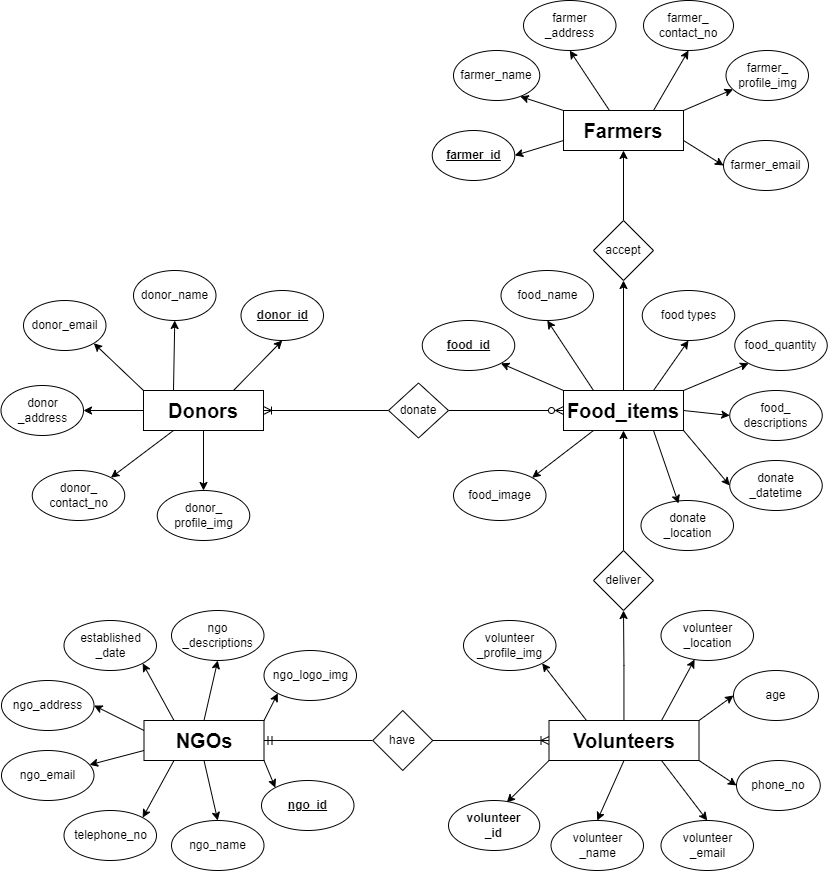
devsitaram/Final_Year_Project keeps this draw.io diagram as Documents/Interim Report/Extra Files/Design/Initial ERD.drawio.png. Above is the earlier version. Source tidied: cells renumbered, new cells last; positions are measured from the earlier drawing's top-left corner, leaving out a move shared by most shapes.
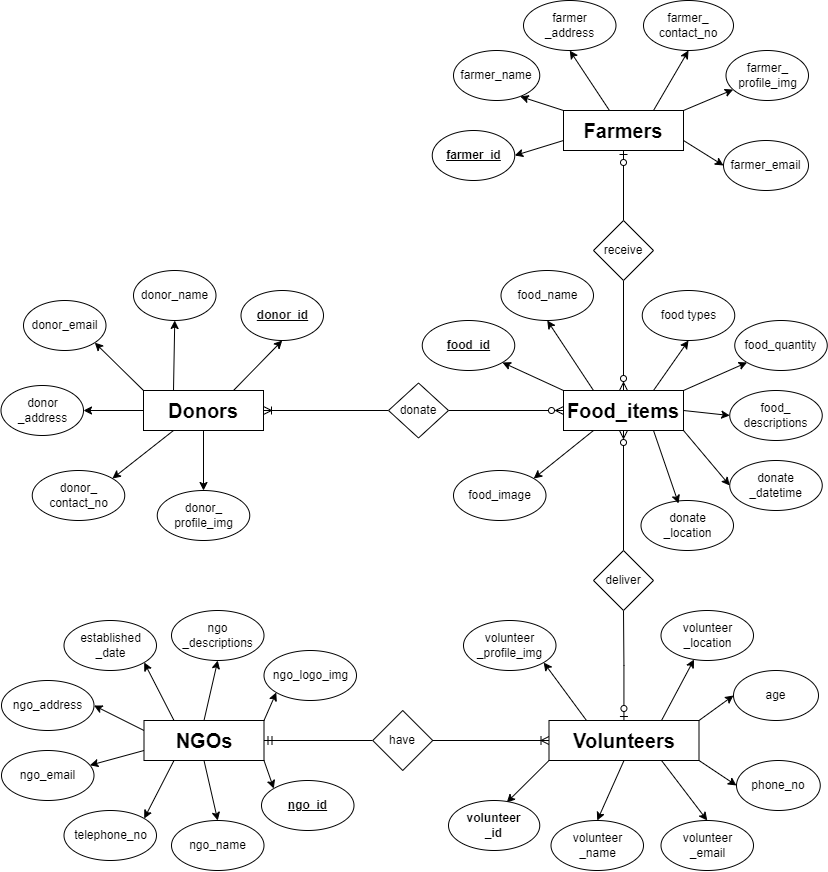
After the change.

Commit message:
completed the final ERD

Diff of the diagram source:
```diff
@@ -38,7 +38,7 @@
     <mxCell id="13" value="have" style="rhombus;whiteSpace=wrap;html=1;rounded=0;" parent="1" vertex="1">
       <mxGeometry x="371.2" y="710" width="60" height="60" as="geometry" />
     </mxCell>
-    <mxCell id="14" style="edgeStyle=orthogonalEdgeStyle;rounded=0;jettySize=auto;html=1;entryX=0.5;entryY=1;entryDx=0;entryDy=0;" parent="1" edge="1" source="22" target="24">
+    <mxCell id="14" style="edgeStyle=orthogonalEdgeStyle;rounded=0;jettySize=auto;html=1;entryX=0.5;entryY=1;entryDx=0;entryDy=0;endArrow=none;endFill=0;startArrow=ERzeroToOne;startFill=0;" parent="1" edge="1" source="22" target="24">
       <mxGeometry relative="1" as="geometry" />
     </mxCell>
     <mxCell id="15" style="rounded=0;jettySize=auto;html=1;exitX=0.5;exitY=1;exitDx=0;exitDy=0;entryX=0.5;entryY=0;entryDx=0;entryDy=0;" parent="1" edge="1" source="22" target="71">
@@ -65,13 +65,13 @@
     <mxCell id="22" value="&lt;b&gt;&lt;font style=&quot;font-size: 20px;&quot;&gt;Volunteers&lt;/font&gt;&lt;/b&gt;" style="whiteSpace=wrap;html=1;rounded=0;" parent="1" vertex="1">
       <mxGeometry x="547.5" y="720" width="150" height="40" as="geometry" />
     </mxCell>
-    <mxCell id="23" style="edgeStyle=orthogonalEdgeStyle;rounded=0;jettySize=auto;html=1;" parent="1" edge="1" source="24" target="34">
+    <mxCell id="23" style="edgeStyle=orthogonalEdgeStyle;rounded=0;jettySize=auto;html=1;endArrow=ERzeroToMany;endFill=0;" parent="1" edge="1" source="24" target="34">
       <mxGeometry relative="1" as="geometry" />
     </mxCell>
     <mxCell id="24" value="deliver" style="rhombus;whiteSpace=wrap;html=1;rounded=0;" parent="1" vertex="1">
       <mxGeometry x="592" y="550" width="60" height="60" as="geometry" />
     </mxCell>
-    <mxCell id="25" style="edgeStyle=orthogonalEdgeStyle;rounded=0;jettySize=auto;html=1;" parent="1" edge="1" source="34" target="36">
+    <mxCell id="25" style="edgeStyle=orthogonalEdgeStyle;rounded=0;jettySize=auto;html=1;endArrow=none;endFill=0;startArrow=ERzeroToMany;startFill=0;" parent="1" edge="1" source="34" target="36">
       <mxGeometry relative="1" as="geometry" />
     </mxCell>
     <mxCell id="26" style="edgeStyle=orthogonalEdgeStyle;rounded=0;jettySize=auto;html=1;endArrow=none;endFill=0;startArrow=ERzeroToMany;startFill=0;" parent="1" edge="1" source="34" target="44">
@@ -101,10 +101,10 @@
     <mxCell id="34" value="&lt;b style=&quot;border-color: var(--border-color);&quot;&gt;&lt;font style=&quot;border-color: var(--border-color); font-size: 20px;&quot;&gt;Food_items&lt;/font&gt;&lt;/b&gt;" style="whiteSpace=wrap;html=1;rounded=0;" parent="1" vertex="1">
       <mxGeometry x="562" y="390" width="120" height="40" as="geometry" />
     </mxCell>
-    <mxCell id="35" style="edgeStyle=orthogonalEdgeStyle;rounded=0;jettySize=auto;html=1;" parent="1" edge="1" source="36" target="42">
+    <mxCell id="35" style="edgeStyle=orthogonalEdgeStyle;rounded=0;jettySize=auto;html=1;endArrow=ERzeroToOne;endFill=0;" parent="1" edge="1" source="36" target="42">
       <mxGeometry relative="1" as="geometry" />
     </mxCell>
-    <mxCell id="36" value="accept" style="rhombus;whiteSpace=wrap;html=1;rounded=0;" parent="1" vertex="1">
+    <mxCell id="36" value="receive" style="rhombus;whiteSpace=wrap;html=1;rounded=0;" parent="1" vertex="1">
       <mxGeometry x="592" y="220" width="60" height="60" as="geometry" />
     </mxCell>
     <mxCell id="37" style="rounded=0;jettySize=auto;html=1;exitX=0.389;exitY=0.027;exitDx=0;exitDy=0;entryX=0.5;entryY=1;entryDx=0;entryDy=0;exitPerimeter=0;" parent="1" edge="1" source="42" target="53">
```
